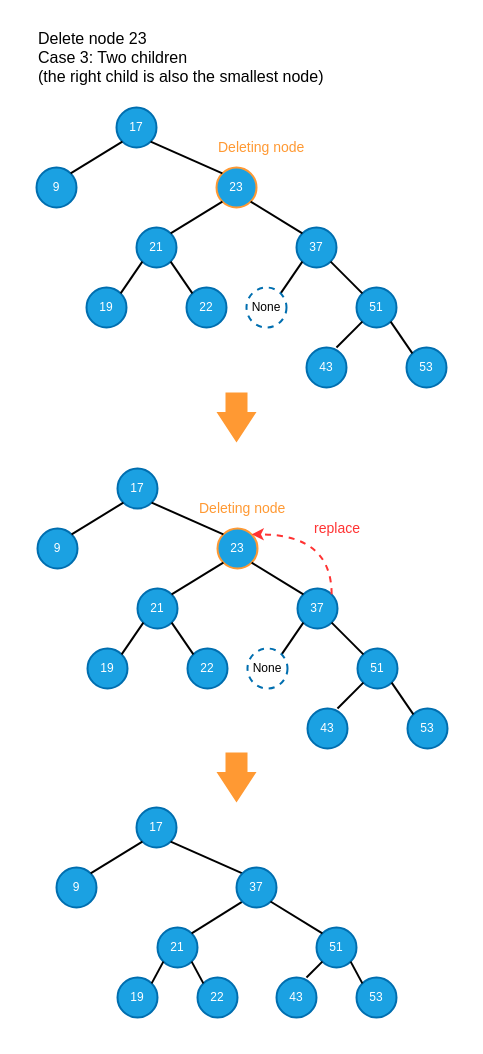
Earlier version of the draw.io diagram page "two_children_t_1" (4 of 10) of diagrams/bst_delete.drawio (burpeesDaily/forest-python). Source tidied: cells renumbered, new cells numbered last; positions are measured from the earlier drawing's top-left corner, leaving out a move shared by most shapes. Both pictures are drawn from the tidied source at 100%, with x=0, y=0 at pixel (17, 17).
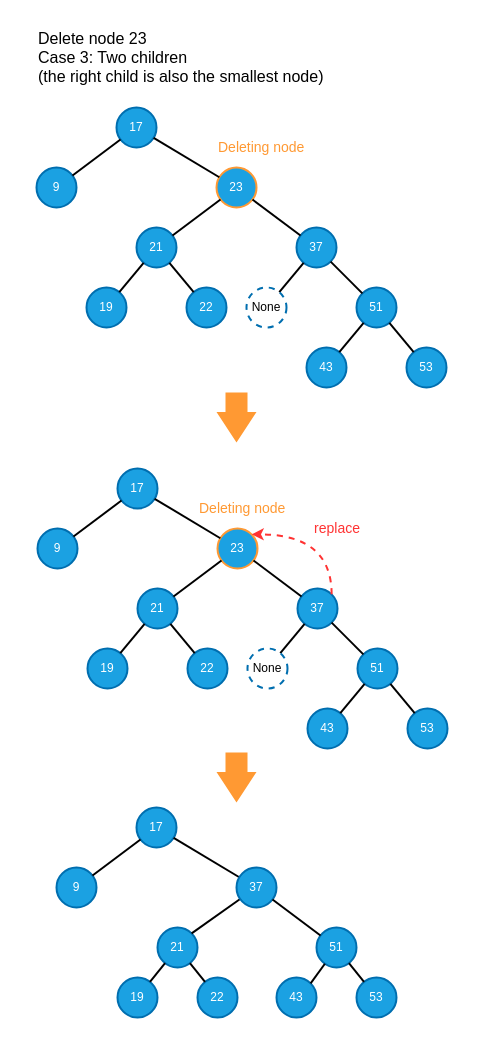
Above is the later version.

The change refers to these unchanged cells:
```xml
<mxCell id="3" value="17" style="ellipse;whiteSpace=wrap;html=1;strokeColor=#006EAF;strokeWidth=2;fillColor=#1ba1e2;fontColor=#ffffff;" parent="1" vertex="1">
<mxCell id="4" value="9" style="ellipse;whiteSpace=wrap;html=1;strokeColor=#006EAF;strokeWidth=2;fillColor=#1ba1e2;fontColor=#ffffff;" parent="1" vertex="1">
<mxCell id="5" value="23" style="ellipse;whiteSpace=wrap;html=1;strokeColor=#FF9933;strokeWidth=2;fillColor=#1ba1e2;fontColor=#ffffff;" parent="1" vertex="1">
<mxCell id="6" value="22" style="ellipse;whiteSpace=wrap;html=1;strokeColor=#006EAF;strokeWidth=2;fillColor=#1ba1e2;fontColor=#ffffff;" parent="1" vertex="1">
<mxCell id="7" value="21" style="ellipse;whiteSpace=wrap;html=1;strokeColor=#006EAF;strokeWidth=2;fillColor=#1ba1e2;fontColor=#ffffff;" parent="1" vertex="1">
<mxCell id="12" value="19" style="ellipse;whiteSpace=wrap;html=1;strokeColor=#006EAF;strokeWidth=2;fillColor=#1ba1e2;fontColor=#ffffff;" parent="1" vertex="1">
<mxCell id="14" value="37" style="ellipse;whiteSpace=wrap;html=1;strokeColor=#006EAF;strokeWidth=2;fillColor=#1ba1e2;fontColor=#ffffff;" parent="1" vertex="1">
<mxCell id="15" value="51" style="ellipse;whiteSpace=wrap;html=1;strokeColor=#006EAF;strokeWidth=2;fillColor=#1ba1e2;fontColor=#ffffff;" parent="1" vertex="1">
<mxCell id="16" value="53" style="ellipse;whiteSpace=wrap;html=1;strokeColor=#006EAF;strokeWidth=2;fillColor=#1ba1e2;fontColor=#ffffff;" parent="1" vertex="1">
<mxCell id="17" value="43" style="ellipse;whiteSpace=wrap;html=1;strokeColor=#006EAF;strokeWidth=2;fillColor=#1ba1e2;fontColor=#ffffff;" parent="1" vertex="1">
<mxCell id="25" value="&lt;font color=&quot;#000000&quot;&gt;None&lt;/font&gt;" style="ellipse;whiteSpace=wrap;html=1;strokeColor=#006EAF;strokeWidth=2;fillColor=none;fontColor=#ffffff;dashed=1;" parent="1" vertex="1">
<mxCell id="27" value="17" style="ellipse;whiteSpace=wrap;html=1;strokeColor=#006EAF;strokeWidth=2;fillColor=#1ba1e2;fontColor=#ffffff;" parent="1" vertex="1">
<mxCell id="28" value="9" style="ellipse;whiteSpace=wrap;html=1;strokeColor=#006EAF;strokeWidth=2;fillColor=#1ba1e2;fontColor=#ffffff;" parent="1" vertex="1">
<mxCell id="29" value="23" style="ellipse;whiteSpace=wrap;html=1;strokeColor=#FF9933;strokeWidth=2;fillColor=#1ba1e2;fontColor=#ffffff;" parent="1" vertex="1">
<mxCell id="30" value="22" style="ellipse;whiteSpace=wrap;html=1;strokeColor=#006EAF;strokeWidth=2;fillColor=#1ba1e2;fontColor=#ffffff;" parent="1" vertex="1">
<mxCell id="31" value="21" style="ellipse;whiteSpace=wrap;html=1;strokeColor=#006EAF;strokeWidth=2;fillColor=#1ba1e2;fontColor=#ffffff;" parent="1" vertex="1">
<mxCell id="36" value="19" style="ellipse;whiteSpace=wrap;html=1;strokeColor=#006EAF;strokeWidth=2;fillColor=#1ba1e2;fontColor=#ffffff;" parent="1" vertex="1">
<mxCell id="38" value="37" style="ellipse;whiteSpace=wrap;html=1;strokeColor=#006EAF;strokeWidth=2;fillColor=#1ba1e2;fontColor=#ffffff;" parent="1" vertex="1">
<mxCell id="39" value="51" style="ellipse;whiteSpace=wrap;html=1;strokeColor=#006EAF;strokeWidth=2;fillColor=#1ba1e2;fontColor=#ffffff;" parent="1" vertex="1">
<mxCell id="40" value="53" style="ellipse;whiteSpace=wrap;html=1;strokeColor=#006EAF;strokeWidth=2;fillColor=#1ba1e2;fontColor=#ffffff;" parent="1" vertex="1">
<mxCell id="41" value="43" style="ellipse;whiteSpace=wrap;html=1;strokeColor=#006EAF;strokeWidth=2;fillColor=#1ba1e2;fontColor=#ffffff;" parent="1" vertex="1">
<mxCell id="49" value="&lt;font color=&quot;#000000&quot;&gt;None&lt;/font&gt;" style="ellipse;whiteSpace=wrap;html=1;strokeColor=#006EAF;strokeWidth=2;fillColor=none;fontColor=#ffffff;dashed=1;" parent="1" vertex="1">
<mxCell id="52" value="17" style="ellipse;whiteSpace=wrap;html=1;strokeColor=#006EAF;strokeWidth=2;fillColor=#1ba1e2;fontColor=#ffffff;" parent="1" vertex="1">
<mxCell id="53" value="9" style="ellipse;whiteSpace=wrap;html=1;strokeColor=#006EAF;strokeWidth=2;fillColor=#1ba1e2;fontColor=#ffffff;" parent="1" vertex="1">
<mxCell id="54" value="22" style="ellipse;whiteSpace=wrap;html=1;strokeColor=#006EAF;strokeWidth=2;fillColor=#1ba1e2;fontColor=#ffffff;" parent="1" vertex="1">
<mxCell id="55" value="21" style="ellipse;whiteSpace=wrap;html=1;strokeColor=#006EAF;strokeWidth=2;fillColor=#1ba1e2;fontColor=#ffffff;" parent="1" vertex="1">
<mxCell id="60" value="19" style="ellipse;whiteSpace=wrap;html=1;strokeColor=#006EAF;strokeWidth=2;fillColor=#1ba1e2;fontColor=#ffffff;" parent="1" vertex="1">
<mxCell id="62" value="37" style="ellipse;whiteSpace=wrap;html=1;strokeColor=#006EAF;strokeWidth=2;fillColor=#1ba1e2;fontColor=#ffffff;" parent="1" vertex="1">
<mxCell id="63" value="51" style="ellipse;whiteSpace=wrap;html=1;strokeColor=#006EAF;strokeWidth=2;fillColor=#1ba1e2;fontColor=#ffffff;" parent="1" vertex="1">
<mxCell id="64" value="53" style="ellipse;whiteSpace=wrap;html=1;strokeColor=#006EAF;strokeWidth=2;fillColor=#1ba1e2;fontColor=#ffffff;" parent="1" vertex="1">
<mxCell id="65" value="43" style="ellipse;whiteSpace=wrap;html=1;strokeColor=#006EAF;strokeWidth=2;fillColor=#1ba1e2;fontColor=#ffffff;" parent="1" vertex="1">
```

Diff of the diagram source:
```diff
@@
-    <mxCell id="8" style="endArrow=none;html=1;strokeColor=#000000;strokeWidth=2;exitX=0;exitY=1;exitDx=0;exitDy=0;entryX=1;entryY=0;entryDx=0;entryDy=0;" parent="1" edge="1" source="3" target="4">
+    <mxCell id="8" style="endArrow=none;html=1;strokeColor=#000000;strokeWidth=2;" parent="1" edge="1" source="3" target="4">
       <mxGeometry relative="1" as="geometry" />
     </mxCell>
-    <mxCell id="9" style="endArrow=none;html=1;strokeColor=#000000;strokeWidth=2;entryX=1;entryY=1;entryDx=0;entryDy=0;exitX=0;exitY=0;exitDx=0;exitDy=0;" parent="1" edge="1" source="5" target="3">
+    <mxCell id="9" style="endArrow=none;html=1;strokeColor=#000000;strokeWidth=2;" parent="1" edge="1" source="5" target="3">
       <mxGeometry relative="1" as="geometry" />
     </mxCell>
-    <mxCell id="10" style="endArrow=none;html=1;strokeColor=#000000;strokeWidth=2;entryX=0;entryY=1;entryDx=0;entryDy=0;exitX=1;exitY=0;exitDx=0;exitDy=0;" parent="1" edge="1" source="7" target="5">
+    <mxCell id="10" style="endArrow=none;html=1;strokeColor=#000000;strokeWidth=2;" parent="1" edge="1" source="7" target="5">
       <mxGeometry relative="1" as="geometry" />
     </mxCell>
-    <mxCell id="11" style="endArrow=none;html=1;strokeColor=#000000;strokeWidth=2;entryX=0;entryY=0;entryDx=0;entryDy=0;exitX=1;exitY=1;exitDx=0;exitDy=0;" parent="1" edge="1" source="7" target="6">
+    <mxCell id="11" style="endArrow=none;html=1;strokeColor=#000000;strokeWidth=2;" parent="1" edge="1" source="7" target="6">
       <mxGeometry relative="1" as="geometry" />
     </mxCell>
@@
-    <mxCell id="13" style="endArrow=none;html=1;strokeColor=#000000;strokeWidth=2;exitX=0;exitY=1;exitDx=0;exitDy=0;entryX=1;entryY=0;entryDx=0;entryDy=0;fontStyle=1;" parent="1" edge="1" source="7" target="12">
+    <mxCell id="13" style="endArrow=none;html=1;strokeColor=#000000;strokeWidth=2;fontStyle=1;" parent="1" edge="1" source="7" target="12">
       <mxGeometry relative="1" as="geometry" />
     </mxCell>
@@
-    <mxCell id="18" style="endArrow=none;html=1;strokeColor=#000000;strokeWidth=2;entryX=1;entryY=1;entryDx=0;entryDy=0;exitX=0;exitY=0;exitDx=0;exitDy=0;" parent="1" edge="1" source="14" target="5">
+    <mxCell id="18" style="endArrow=none;html=1;strokeColor=#000000;strokeWidth=2;" parent="1" edge="1" source="14" target="5">
       <mxGeometry relative="1" as="geometry" />
     </mxCell>
-    <mxCell id="19" style="endArrow=none;html=1;strokeColor=#000000;strokeWidth=2;entryX=0.75;entryY=0;entryDx=0;entryDy=0;exitX=0;exitY=1;exitDx=0;exitDy=0;entryPerimeter=0;" parent="1" edge="1" source="15" target="17">
+    <mxCell id="19" style="endArrow=none;html=1;strokeColor=#000000;strokeWidth=2;" parent="1" edge="1" source="15" target="17">
       <mxGeometry relative="1" as="geometry" />
     </mxCell>
-    <mxCell id="20" style="endArrow=none;html=1;strokeColor=#000000;strokeWidth=2;entryX=0;entryY=0;entryDx=0;entryDy=0;exitX=1;exitY=1;exitDx=0;exitDy=0;" parent="1" edge="1" source="15" target="16">
+    <mxCell id="20" style="endArrow=none;html=1;strokeColor=#000000;strokeWidth=2;" parent="1" edge="1" source="15" target="16">
       <mxGeometry relative="1" as="geometry" />
     </mxCell>
-    <mxCell id="21" style="endArrow=none;html=1;strokeColor=#000000;strokeWidth=2;entryX=1;entryY=1;entryDx=0;entryDy=0;exitX=0;exitY=0;exitDx=0;exitDy=0;" parent="1" edge="1" source="15" target="14">
+    <mxCell id="21" style="endArrow=none;html=1;strokeColor=#000000;strokeWidth=2;" parent="1" edge="1" source="15" target="14">
       <mxGeometry relative="1" as="geometry" />
     </mxCell>
@@
-    <mxCell id="23" style="endArrow=none;html=1;strokeColor=#000000;strokeWidth=2;entryX=1;entryY=0;entryDx=0;entryDy=0;exitX=0;exitY=1;exitDx=0;exitDy=0;" parent="1" edge="1" source="14" target="25">
+    <mxCell id="23" style="endArrow=none;html=1;strokeColor=#000000;strokeWidth=2;" parent="1" edge="1" source="14" target="25">
       <mxGeometry relative="1" as="geometry" />
     </mxCell>
@@
-    <mxCell id="32" style="endArrow=none;html=1;strokeColor=#000000;strokeWidth=2;exitX=0;exitY=1;exitDx=0;exitDy=0;entryX=1;entryY=0;entryDx=0;entryDy=0;" parent="1" edge="1" source="27" target="28">
+    <mxCell id="32" style="endArrow=none;html=1;strokeColor=#000000;strokeWidth=2;" parent="1" edge="1" source="27" target="28">
       <mxGeometry relative="1" as="geometry" />
     </mxCell>
-    <mxCell id="33" style="endArrow=none;html=1;strokeColor=#000000;strokeWidth=2;entryX=1;entryY=1;entryDx=0;entryDy=0;exitX=0;exitY=0;exitDx=0;exitDy=0;" parent="1" edge="1" source="29" target="27">
+    <mxCell id="33" style="endArrow=none;html=1;strokeColor=#000000;strokeWidth=2;" parent="1" edge="1" source="29" target="27">
       <mxGeometry relative="1" as="geometry" />
     </mxCell>
-    <mxCell id="34" style="endArrow=none;html=1;strokeColor=#000000;strokeWidth=2;entryX=0;entryY=1;entryDx=0;entryDy=0;exitX=1;exitY=0;exitDx=0;exitDy=0;" parent="1" edge="1" source="31" target="29">
+    <mxCell id="34" style="endArrow=none;html=1;strokeColor=#000000;strokeWidth=2;" parent="1" edge="1" source="31" target="29">
       <mxGeometry relative="1" as="geometry" />
     </mxCell>
-    <mxCell id="35" style="endArrow=none;html=1;strokeColor=#000000;strokeWidth=2;entryX=0;entryY=0;entryDx=0;entryDy=0;exitX=1;exitY=1;exitDx=0;exitDy=0;" parent="1" edge="1" source="31" target="30">
+    <mxCell id="35" style="endArrow=none;html=1;strokeColor=#000000;strokeWidth=2;" parent="1" edge="1" source="31" target="30">
       <mxGeometry relative="1" as="geometry" />
     </mxCell>
@@
-    <mxCell id="37" style="endArrow=none;html=1;strokeColor=#000000;strokeWidth=2;exitX=0;exitY=1;exitDx=0;exitDy=0;entryX=1;entryY=0;entryDx=0;entryDy=0;fontStyle=1;" parent="1" edge="1" source="31" target="36">
+    <mxCell id="37" style="endArrow=none;html=1;strokeColor=#000000;strokeWidth=2;fontStyle=1;" parent="1" edge="1" source="31" target="36">
       <mxGeometry relative="1" as="geometry" />
     </mxCell>
@@
-    <mxCell id="42" style="endArrow=none;html=1;strokeColor=#000000;strokeWidth=2;entryX=1;entryY=1;entryDx=0;entryDy=0;exitX=0;exitY=0;exitDx=0;exitDy=0;" parent="1" edge="1" source="38" target="29">
+    <mxCell id="42" style="endArrow=none;html=1;strokeColor=#000000;strokeWidth=2;" parent="1" edge="1" source="38" target="29">
       <mxGeometry relative="1" as="geometry" />
     </mxCell>
-    <mxCell id="43" style="endArrow=none;html=1;strokeColor=#000000;strokeWidth=2;entryX=0.75;entryY=0;entryDx=0;entryDy=0;exitX=0;exitY=1;exitDx=0;exitDy=0;entryPerimeter=0;" parent="1" edge="1" source="39" target="41">
+    <mxCell id="43" style="endArrow=none;html=1;strokeColor=#000000;strokeWidth=2;" parent="1" edge="1" source="39" target="41">
       <mxGeometry relative="1" as="geometry" />
     </mxCell>
-    <mxCell id="44" style="endArrow=none;html=1;strokeColor=#000000;strokeWidth=2;entryX=0;entryY=0;entryDx=0;entryDy=0;exitX=1;exitY=1;exitDx=0;exitDy=0;" parent="1" edge="1" source="39" target="40">
+    <mxCell id="44" style="endArrow=none;html=1;strokeColor=#000000;strokeWidth=2;" parent="1" edge="1" source="39" target="40">
       <mxGeometry relative="1" as="geometry" />
     </mxCell>
-    <mxCell id="45" style="endArrow=none;html=1;strokeColor=#000000;strokeWidth=2;entryX=1;entryY=1;entryDx=0;entryDy=0;exitX=0;exitY=0;exitDx=0;exitDy=0;" parent="1" edge="1" source="39" target="38">
+    <mxCell id="45" style="endArrow=none;html=1;strokeColor=#000000;strokeWidth=2;" parent="1" edge="1" source="39" target="38">
       <mxGeometry relative="1" as="geometry" />
     </mxCell>
-    <mxCell id="46" style="endArrow=none;html=1;strokeColor=#000000;strokeWidth=2;entryX=1;entryY=0;entryDx=0;entryDy=0;exitX=0;exitY=1;exitDx=0;exitDy=0;" parent="1" edge="1" source="38" target="49">
+    <mxCell id="46" style="endArrow=none;html=1;strokeColor=#000000;strokeWidth=2;" parent="1" edge="1" source="38" target="49">
       <mxGeometry relative="1" as="geometry" />
     </mxCell>
@@
-    <mxCell id="56" style="endArrow=none;html=1;strokeColor=#000000;strokeWidth=2;exitX=0;exitY=1;exitDx=0;exitDy=0;entryX=1;entryY=0;entryDx=0;entryDy=0;" parent="1" edge="1" source="52" target="53">
+    <mxCell id="56" style="endArrow=none;html=1;strokeColor=#000000;strokeWidth=2;" parent="1" edge="1" source="52" target="53">
       <mxGeometry relative="1" as="geometry" />
     </mxCell>
-    <mxCell id="57" style="endArrow=none;html=1;strokeColor=#000000;strokeWidth=2;entryX=1;entryY=1;entryDx=0;entryDy=0;exitX=0;exitY=0;exitDx=0;exitDy=0;" parent="1" edge="1" source="62" target="52">
+    <mxCell id="57" style="endArrow=none;html=1;strokeColor=#000000;strokeWidth=2;" parent="1" edge="1" source="62" target="52">
       <mxGeometry relative="1" as="geometry" />
     </mxCell>
-    <mxCell id="58" style="endArrow=none;html=1;strokeColor=#000000;strokeWidth=2;exitX=1;exitY=0;exitDx=0;exitDy=0;entryX=0;entryY=1;entryDx=0;entryDy=0;" parent="1" edge="1" source="55" target="62">
+    <mxCell id="58" style="endArrow=none;html=1;strokeColor=#000000;strokeWidth=2;exitX=1;exitY=0;exitDx=0;exitDy=0;" parent="1" edge="1" source="55" target="62">
       <mxGeometry relative="1" as="geometry" />
     </mxCell>
-    <mxCell id="59" style="endArrow=none;html=1;strokeColor=#000000;strokeWidth=2;entryX=0;entryY=0;entryDx=0;entryDy=0;exitX=1;exitY=1;exitDx=0;exitDy=0;" parent="1" edge="1" source="55" target="54">
+    <mxCell id="59" style="endArrow=none;html=1;strokeColor=#000000;strokeWidth=2;" parent="1" edge="1" source="55" target="54">
       <mxGeometry relative="1" as="geometry" />
     </mxCell>
@@
-    <mxCell id="61" style="endArrow=none;html=1;strokeColor=#000000;strokeWidth=2;exitX=0;exitY=1;exitDx=0;exitDy=0;entryX=1;entryY=0;entryDx=0;entryDy=0;fontStyle=1;" parent="1" edge="1" source="55" target="60">
+    <mxCell id="61" style="endArrow=none;html=1;strokeColor=#000000;strokeWidth=2;fontStyle=1;" parent="1" edge="1" source="55" target="60">
       <mxGeometry relative="1" as="geometry" />
     </mxCell>
@@
-    <mxCell id="66" style="endArrow=none;html=1;strokeColor=#000000;strokeWidth=2;entryX=0.75;entryY=0;entryDx=0;entryDy=0;exitX=0;exitY=1;exitDx=0;exitDy=0;entryPerimeter=0;" parent="1" edge="1" source="63" target="65">
+    <mxCell id="66" style="endArrow=none;html=1;strokeColor=#000000;strokeWidth=2;entryX=1;entryY=0;entryDx=0;entryDy=0;" parent="1" edge="1" source="63" target="65">
       <mxGeometry relative="1" as="geometry" />
     </mxCell>
-    <mxCell id="67" style="endArrow=none;html=1;strokeColor=#000000;strokeWidth=2;entryX=0;entryY=0;entryDx=0;entryDy=0;exitX=1;exitY=1;exitDx=0;exitDy=0;" parent="1" edge="1" source="63" target="64">
+    <mxCell id="67" style="endArrow=none;html=1;strokeColor=#000000;strokeWidth=2;" parent="1" edge="1" source="63" target="64">
       <mxGeometry relative="1" as="geometry" />
     </mxCell>
-    <mxCell id="68" style="endArrow=none;html=1;strokeColor=#000000;strokeWidth=2;exitX=0;exitY=0;exitDx=0;exitDy=0;" parent="1" edge="1" source="63">
-      <mxGeometry relative="1" as="geometry">
-        <mxPoint x="253" y="884" as="targetPoint" />
-      </mxGeometry>
+    <mxCell id="68" style="endArrow=none;html=1;strokeColor=#000000;strokeWidth=2;" parent="1" edge="1" source="63" target="62">
+      <mxGeometry relative="1" as="geometry" />
     </mxCell>
```
